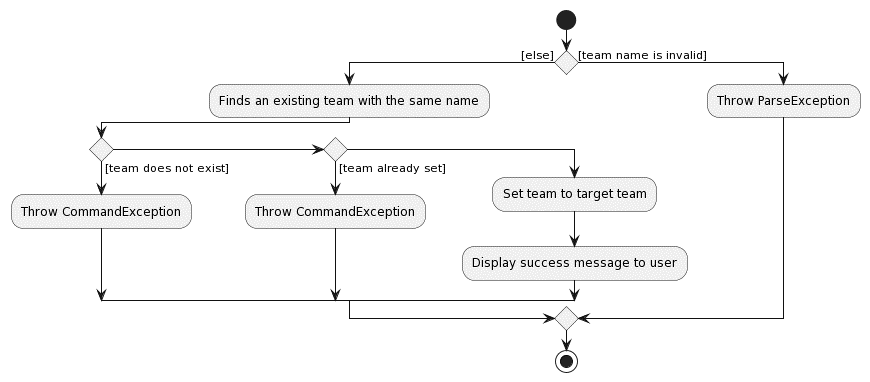
This is docs/images/SetTeamActivityDiagram.png from nus-cs2103-AY2223S1/tp, a PlantUML export, as it was before one commit. Its source is kept beside it as docs/diagrams/SetTeamActivityDiagram.puml. The source it was exported from:
```plantuml
@startuml

start
if () then ([else])
    :Finds an existing team with the same name;
    if () then ([team does not exist])
        :Throw CommandException;
    elseif () then ([team already set])
        :Throw CommandException;
    else ()
        :Set team to target team;
        :Display success message to user;
    endif
else ([team name is invalid])
    :Throw ParseException;
endif

stop


@enduml
```
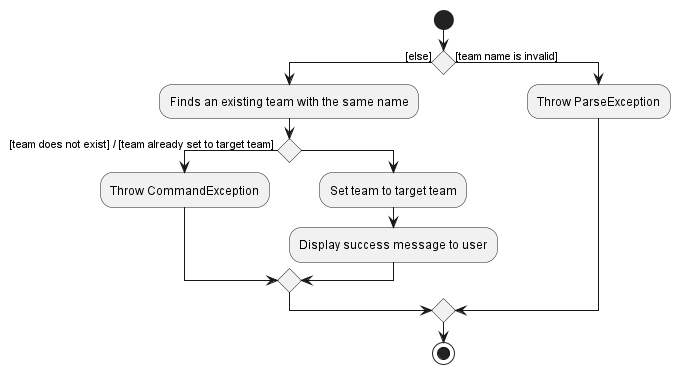
Later version of the same file.

Commit message:
Update SetTeamActivityDiagram to combine both cases

Diff of the diagram source:
```diff
@@ -3,9 +3,7 @@
 start
 if () then ([else])
     :Finds an existing team with the same name;
-    if () then ([team does not exist])
-        :Throw CommandException;
-    elseif () then ([team already set])
+    if () then ([team does not exist] / [team already set to target team] )
         :Throw CommandException;
     else ()
         :Set team to target team;
```
